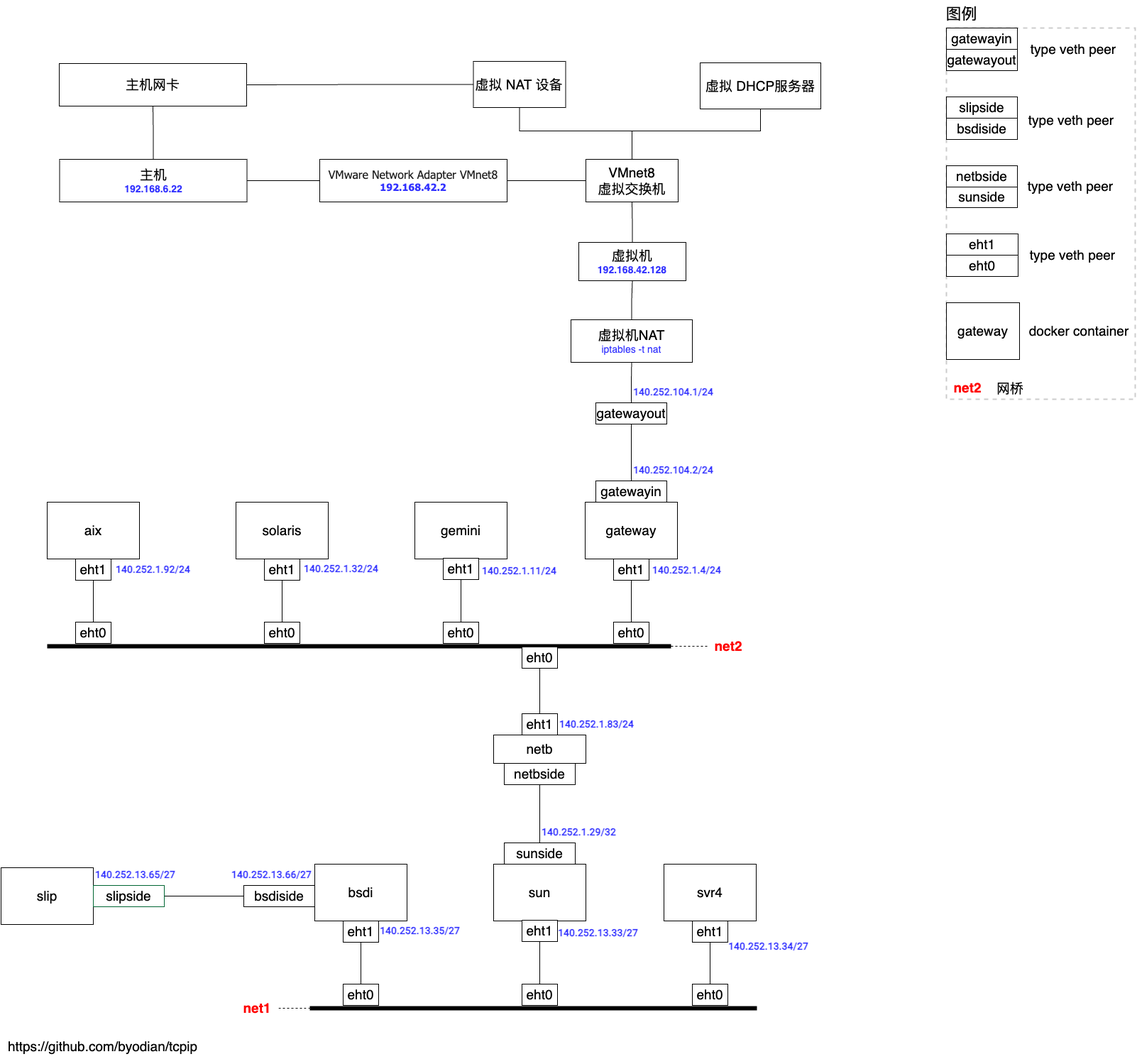
Before: tcpip.topo.png, a diagram exported from draw.io (byodian/tcpip). Source tidied: cells renumbered, new cells last; positions are measured from the earlier drawing's top-left corner, leaving out a move shared by most shapes.
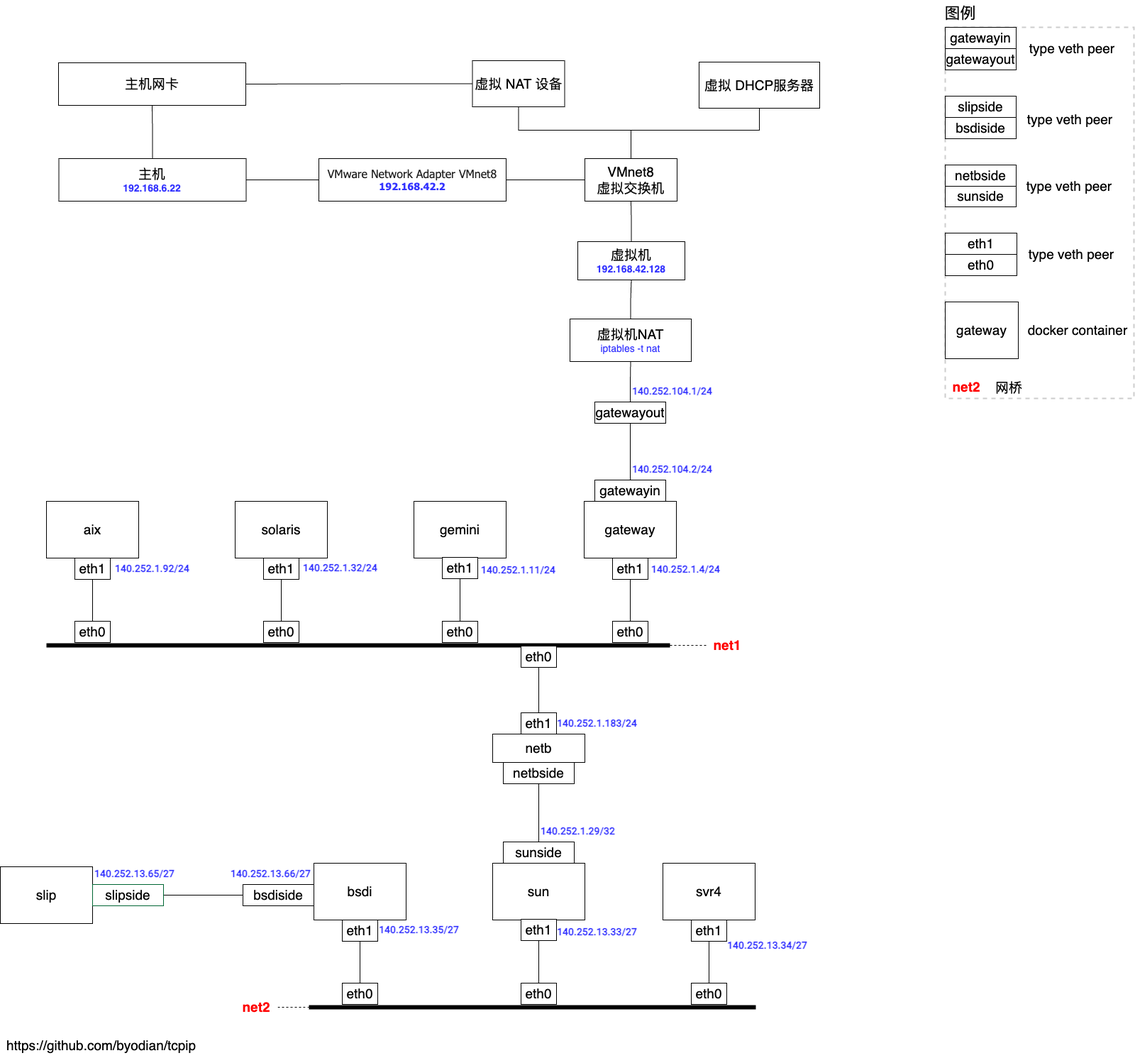
After the change.

Change to the diagram source:
```diff
@@ -29,28 +29,28 @@
     <mxCell id="10" style="edgeStyle=orthogonalEdgeStyle;rounded=0;jettySize=auto;html=1;entryX=0;entryY=0.5;entryDx=0;entryDy=0;endArrow=none;endFill=0;" parent="1" edge="1" source="11" target="12">
       <mxGeometry relative="1" as="geometry" />
     </mxCell>
-    <mxCell id="11" value="&lt;font style=&quot;font-size: 19px;&quot;&gt;eht1&lt;/font&gt;" style="whiteSpace=wrap;html=1;direction=south;" parent="1" vertex="1">
+    <mxCell id="11" value="&lt;span style=&quot;font-size: 19px;&quot;&gt;eth1&lt;/span&gt;" style="whiteSpace=wrap;html=1;direction=south;" parent="1" vertex="1">
       <mxGeometry x="482" y="1296" width="50" height="30" as="geometry" />
     </mxCell>
-    <mxCell id="12" value="&lt;font style=&quot;font-size: 19px;&quot;&gt;eht0&lt;/font&gt;" style="whiteSpace=wrap;html=1;direction=south;" parent="1" vertex="1">
+    <mxCell id="12" value="&lt;font style=&quot;font-size: 19px;&quot;&gt;eth0&lt;/font&gt;" style="whiteSpace=wrap;html=1;direction=south;" parent="1" vertex="1">
       <mxGeometry x="482" y="1385" width="50" height="30" as="geometry" />
     </mxCell>
     <mxCell id="13" style="edgeStyle=orthogonalEdgeStyle;rounded=0;jettySize=auto;html=1;entryX=0;entryY=0.5;entryDx=0;entryDy=0;endArrow=none;endFill=0;" parent="1" edge="1" source="14" target="15">
       <mxGeometry relative="1" as="geometry" />
     </mxCell>
-    <mxCell id="14" value="&lt;font style=&quot;font-size: 19px;&quot;&gt;eht1&lt;/font&gt;" style="whiteSpace=wrap;html=1;direction=south;" parent="1" vertex="1">
+    <mxCell id="14" value="&lt;span style=&quot;font-size: 19px;&quot;&gt;eth1&lt;/span&gt;" style="whiteSpace=wrap;html=1;direction=south;" parent="1" vertex="1">
       <mxGeometry x="734" y="1295" width="50" height="30" as="geometry" />
     </mxCell>
-    <mxCell id="15" value="&lt;font style=&quot;font-size: 19px;&quot;&gt;eht0&lt;/font&gt;" style="whiteSpace=wrap;html=1;direction=south;" parent="1" vertex="1">
+    <mxCell id="15" value="&lt;span style=&quot;font-size: 19px;&quot;&gt;eth0&lt;/span&gt;" style="whiteSpace=wrap;html=1;direction=south;" parent="1" vertex="1">
       <mxGeometry x="734" y="1385" width="50" height="30" as="geometry" />
     </mxCell>
     <mxCell id="16" style="edgeStyle=orthogonalEdgeStyle;rounded=0;jettySize=auto;html=1;entryX=0;entryY=0.5;entryDx=0;entryDy=0;endArrow=none;endFill=0;" parent="1" edge="1" source="17" target="18">
       <mxGeometry relative="1" as="geometry" />
     </mxCell>
-    <mxCell id="17" value="&lt;font style=&quot;font-size: 19px;&quot;&gt;eht1&lt;/font&gt;" style="whiteSpace=wrap;html=1;direction=south;" parent="1" vertex="1">
+    <mxCell id="17" value="&lt;span style=&quot;font-size: 19px;&quot;&gt;eth1&lt;/span&gt;" style="whiteSpace=wrap;html=1;direction=south;" parent="1" vertex="1">
       <mxGeometry x="974" y="1296" width="50" height="30" as="geometry" />
     </mxCell>
-    <mxCell id="18" value="&lt;font style=&quot;font-size: 19px;&quot;&gt;eht0&lt;/font&gt;" style="whiteSpace=wrap;html=1;direction=south;" parent="1" vertex="1">
+    <mxCell id="18" value="&lt;span style=&quot;font-size: 19px;&quot;&gt;eth0&lt;/span&gt;" style="whiteSpace=wrap;html=1;direction=south;" parent="1" vertex="1">
       <mxGeometry x="974" y="1385" width="50" height="30" as="geometry" />
     </mxCell>
     <mxCell id="19" value="&lt;font color=&quot;#3333ff&quot; size=&quot;1&quot; style=&quot;&quot; face=&quot;Roboto&quot;&gt;&lt;b style=&quot;font-size: 14px;&quot;&gt;140.252.13.35/27&lt;/b&gt;&lt;/font&gt;" style="text;html=1;align=center;verticalAlign=middle;whiteSpace=wrap;rounded=0;" parent="1" vertex="1">
@@ -86,11 +86,11 @@
     <mxCell id="29" style="edgeStyle=orthogonalEdgeStyle;rounded=0;jettySize=auto;html=1;entryX=1;entryY=0.5;entryDx=0;entryDy=0;endArrow=none;endFill=0;" parent="1" edge="1" source="30" target="55">
       <mxGeometry relative="1" as="geometry" />
     </mxCell>
-    <mxCell id="30" value="&lt;font style=&quot;font-size: 19px;&quot;&gt;eht1&lt;/font&gt;" style="whiteSpace=wrap;html=1;direction=south;" parent="1" vertex="1">
+    <mxCell id="30" value="&lt;span style=&quot;font-size: 19px;&quot;&gt;eth1&lt;/span&gt;" style="whiteSpace=wrap;html=1;direction=south;" parent="1" vertex="1">
       <mxGeometry x="734" y="1004" width="50" height="30" as="geometry" />
     </mxCell>
-    <mxCell id="31" value="&lt;font color=&quot;#3333ff&quot; size=&quot;1&quot; style=&quot;&quot; face=&quot;Roboto&quot;&gt;&lt;b style=&quot;font-size: 14px;&quot;&gt;140.252.1.83/24&lt;/b&gt;&lt;/font&gt;" style="text;html=1;align=center;verticalAlign=middle;whiteSpace=wrap;rounded=0;" parent="1" vertex="1">
-      <mxGeometry x="787" y="1004" width="105" height="30" as="geometry" />
+    <mxCell id="31" value="&lt;font color=&quot;#3333ff&quot; size=&quot;1&quot; style=&quot;&quot; face=&quot;Roboto&quot;&gt;&lt;b style=&quot;font-size: 14px;&quot;&gt;140.252.1.183/24&lt;/b&gt;&lt;/font&gt;" style="text;html=1;align=center;verticalAlign=middle;whiteSpace=wrap;rounded=0;" parent="1" vertex="1">
+      <mxGeometry x="789" y="1004" width="105" height="30" as="geometry" />
     </mxCell>
     <mxCell id="32" value="&lt;span style=&quot;font-size: 19px;&quot;&gt;solaris&lt;/span&gt;" style="whiteSpace=wrap;html=1;direction=south;" parent="1" vertex="1">
       <mxGeometry x="331" y="706" width="130" height="80" as="geometry" />
@@ -107,28 +107,28 @@
     <mxCell id="36" style="edgeStyle=orthogonalEdgeStyle;rounded=0;jettySize=auto;html=1;entryX=0;entryY=0.5;entryDx=0;entryDy=0;endArrow=none;endFill=0;" parent="1" edge="1" source="37" target="38">
       <mxGeometry relative="1" as="geometry" />
     </mxCell>
-    <mxCell id="37" value="&lt;font style=&quot;font-size: 19px;&quot;&gt;eht1&lt;/font&gt;" style="whiteSpace=wrap;html=1;direction=south;" parent="1" vertex="1">
+    <mxCell id="37" value="&lt;span style=&quot;font-size: 19px;&quot;&gt;eth1&lt;/span&gt;" style="whiteSpace=wrap;html=1;direction=south;" parent="1" vertex="1">
       <mxGeometry x="371" y="786" width="50" height="30" as="geometry" />
     </mxCell>
-    <mxCell id="38" value="&lt;font style=&quot;font-size: 19px;&quot;&gt;eht0&lt;/font&gt;" style="whiteSpace=wrap;html=1;direction=south;" parent="1" vertex="1">
+    <mxCell id="38" value="&lt;span style=&quot;font-size: 19px;&quot;&gt;eth0&lt;/span&gt;" style="whiteSpace=wrap;html=1;direction=south;" parent="1" vertex="1">
       <mxGeometry x="371" y="875" width="50" height="30" as="geometry" />
     </mxCell>
     <mxCell id="39" style="edgeStyle=orthogonalEdgeStyle;rounded=0;jettySize=auto;html=1;entryX=0;entryY=0.5;entryDx=0;entryDy=0;endArrow=none;endFill=0;" parent="1" edge="1" source="40" target="41">
       <mxGeometry relative="1" as="geometry" />
     </mxCell>
-    <mxCell id="40" value="&lt;font style=&quot;font-size: 19px;&quot;&gt;eht1&lt;/font&gt;" style="whiteSpace=wrap;html=1;direction=south;" parent="1" vertex="1">
+    <mxCell id="40" value="&lt;span style=&quot;font-size: 19px;&quot;&gt;eth1&lt;/span&gt;" style="whiteSpace=wrap;html=1;direction=south;" parent="1" vertex="1">
       <mxGeometry x="623" y="785" width="50" height="30" as="geometry" />
     </mxCell>
-    <mxCell id="41" value="&lt;font style=&quot;font-size: 19px;&quot;&gt;eht0&lt;/font&gt;" style="whiteSpace=wrap;html=1;direction=south;" parent="1" vertex="1">
+    <mxCell id="41" value="&lt;span style=&quot;font-size: 19px;&quot;&gt;eth0&lt;/span&gt;" style="whiteSpace=wrap;html=1;direction=south;" parent="1" vertex="1">
       <mxGeometry x="623" y="875" width="50" height="30" as="geometry" />
     </mxCell>
     <mxCell id="42" style="edgeStyle=orthogonalEdgeStyle;rounded=0;jettySize=auto;html=1;entryX=0;entryY=0.5;entryDx=0;entryDy=0;endArrow=none;endFill=0;" parent="1" edge="1" source="43" target="44">
       <mxGeometry relative="1" as="geometry" />
     </mxCell>
-    <mxCell id="43" value="&lt;font style=&quot;font-size: 19px;&quot;&gt;eht1&lt;/font&gt;" style="whiteSpace=wrap;html=1;direction=south;" parent="1" vertex="1">
+    <mxCell id="43" value="&lt;span style=&quot;font-size: 19px;&quot;&gt;eth1&lt;/span&gt;" style="whiteSpace=wrap;html=1;direction=south;" parent="1" vertex="1">
       <mxGeometry x="863" y="786" width="50" height="30" as="geometry" />
     </mxCell>
-    <mxCell id="44" value="&lt;font style=&quot;font-size: 19px;&quot;&gt;eht0&lt;/font&gt;" style="whiteSpace=wrap;html=1;direction=south;" parent="1" vertex="1">
+    <mxCell id="44" value="&lt;span style=&quot;font-size: 19px;&quot;&gt;eth0&lt;/span&gt;" style="whiteSpace=wrap;html=1;direction=south;" parent="1" vertex="1">
       <mxGeometry x="863" y="875" width="50" height="30" as="geometry" />
     </mxCell>
     <mxCell id="45" value="&lt;font color=&quot;#3333ff&quot; size=&quot;1&quot; style=&quot;&quot; face=&quot;Roboto&quot;&gt;&lt;b style=&quot;font-size: 14px;&quot;&gt;140.252.1.32/24&lt;/b&gt;&lt;/font&gt;" style="text;html=1;align=center;verticalAlign=middle;whiteSpace=wrap;rounded=0;" parent="1" vertex="1">
@@ -146,22 +146,22 @@
     <mxCell id="49" style="edgeStyle=orthogonalEdgeStyle;rounded=0;jettySize=auto;html=1;entryX=0;entryY=0.5;entryDx=0;entryDy=0;endArrow=none;endFill=0;" parent="1" edge="1" source="50" target="51">
       <mxGeometry relative="1" as="geometry" />
     </mxCell>
-    <mxCell id="50" value="&lt;font style=&quot;font-size: 19px;&quot;&gt;eht1&lt;/font&gt;" style="whiteSpace=wrap;html=1;direction=south;" parent="1" vertex="1">
+    <mxCell id="50" value="&lt;font style=&quot;font-size: 19px;&quot;&gt;eth1&lt;/font&gt;" style="whiteSpace=wrap;html=1;direction=south;" parent="1" vertex="1">
       <mxGeometry x="105" y="786" width="50" height="30" as="geometry" />
     </mxCell>
-    <mxCell id="51" value="&lt;font style=&quot;font-size: 19px;&quot;&gt;eht0&lt;/font&gt;" style="whiteSpace=wrap;html=1;direction=south;" parent="1" vertex="1">
+    <mxCell id="51" value="&lt;span style=&quot;font-size: 19px;&quot;&gt;eth0&lt;/span&gt;" style="whiteSpace=wrap;html=1;direction=south;" parent="1" vertex="1">
       <mxGeometry x="105" y="875" width="50" height="30" as="geometry" />
     </mxCell>
     <mxCell id="52" value="&lt;font color=&quot;#3333ff&quot; size=&quot;1&quot; style=&quot;&quot; face=&quot;Roboto&quot;&gt;&lt;b style=&quot;font-size: 14px;&quot;&gt;140.252.1.92/24&lt;/b&gt;&lt;/font&gt;" style="text;html=1;align=center;verticalAlign=middle;whiteSpace=wrap;rounded=0;" parent="1" vertex="1">
       <mxGeometry x="159" y="786" width="111" height="29" as="geometry" />
     </mxCell>
-    <mxCell id="53" value="&lt;b&gt;&lt;font color=&quot;#ff0000&quot; style=&quot;font-size: 19px;&quot;&gt;net1&lt;/font&gt;&lt;/b&gt;" style="text;html=1;align=center;verticalAlign=middle;whiteSpace=wrap;rounded=0;" parent="1" vertex="1">
+    <mxCell id="53" value="&lt;b&gt;&lt;font color=&quot;#ff0000&quot; style=&quot;font-size: 19px;&quot;&gt;net2&lt;/font&gt;&lt;/b&gt;" style="text;html=1;align=center;verticalAlign=middle;whiteSpace=wrap;rounded=0;" parent="1" vertex="1">
       <mxGeometry x="331" y="1404" width="60" height="30" as="geometry" />
     </mxCell>
-    <mxCell id="54" value="&lt;b&gt;&lt;font color=&quot;#ff0000&quot; style=&quot;font-size: 19px;&quot;&gt;net2&lt;/font&gt;&lt;/b&gt;" style="text;html=1;align=center;verticalAlign=middle;whiteSpace=wrap;rounded=0;" parent="1" vertex="1">
+    <mxCell id="54" value="&lt;b&gt;&lt;font color=&quot;#ff0000&quot; style=&quot;font-size: 19px;&quot;&gt;net1&lt;/font&gt;&lt;/b&gt;" style="text;html=1;align=center;verticalAlign=middle;whiteSpace=wrap;rounded=0;" parent="1" vertex="1">
       <mxGeometry x="995" y="894" width="60" height="30" as="geometry" />
     </mxCell>
-    <mxCell id="55" value="&lt;font style=&quot;font-size: 19px;&quot;&gt;eht0&lt;/font&gt;" style="whiteSpace=wrap;html=1;direction=south;" parent="1" vertex="1">
+    <mxCell id="55" value="&lt;span style=&quot;font-size: 19px;&quot;&gt;eth0&lt;/span&gt;" style="whiteSpace=wrap;html=1;direction=south;" parent="1" vertex="1">
       <mxGeometry x="734" y="910" width="50" height="30" as="geometry" />
     </mxCell>
     <mxCell id="56" style="edgeStyle=orthogonalEdgeStyle;rounded=0;jettySize=auto;html=1;entryX=0;entryY=0.5;entryDx=0;entryDy=0;entryPerimeter=0;endArrow=none;endFill=0;dashed=1;" parent="1" edge="1" source="53" target="9">
@@ -312,10 +312,10 @@
     <mxCell id="102" style="group;" parent="100" vertex="1">
       <mxGeometry width="101" height="60" as="geometry" />
     </mxCell>
-    <mxCell id="103" value="&lt;font style=&quot;font-size: 19px;&quot;&gt;eht1&lt;/font&gt;" style="whiteSpace=wrap;html=1;direction=south;" parent="102" vertex="1">
+    <mxCell id="103" value="&lt;font style=&quot;font-size: 19px;&quot;&gt;eth1&lt;/font&gt;" style="whiteSpace=wrap;html=1;direction=south;" parent="102" vertex="1">
       <mxGeometry width="101" height="30" as="geometry" />
     </mxCell>
-    <mxCell id="104" value="&lt;font style=&quot;font-size: 19px;&quot;&gt;eht0&lt;/font&gt;" style="whiteSpace=wrap;html=1;direction=south;" parent="102" vertex="1">
+    <mxCell id="104" value="&lt;font style=&quot;font-size: 19px;&quot;&gt;eth0&lt;/font&gt;" style="whiteSpace=wrap;html=1;direction=south;" parent="102" vertex="1">
       <mxGeometry y="30" width="101" height="30" as="geometry" />
     </mxCell>
     <mxCell id="105" style="group;" parent="80" vertex="1">
```
